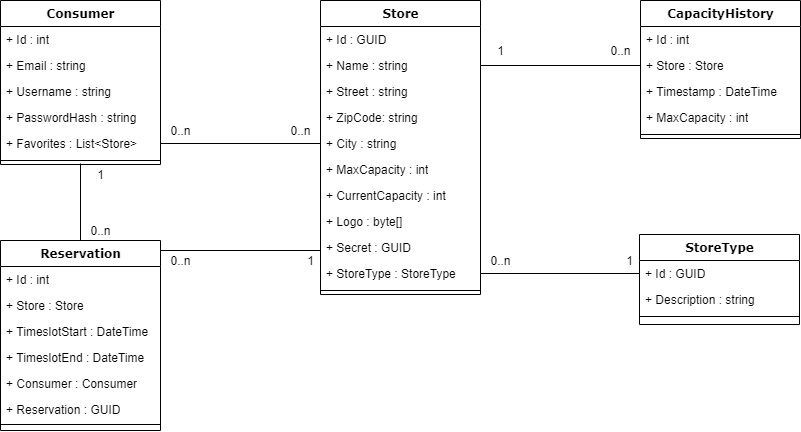
Above: images/domain-model.png in seinol/capwatch-documentation (draw.io), before the change. Source tidied: cells renumbered, new cells last; positions are measured from the earlier drawing's top-left corner, leaving out a move shared by most shapes.
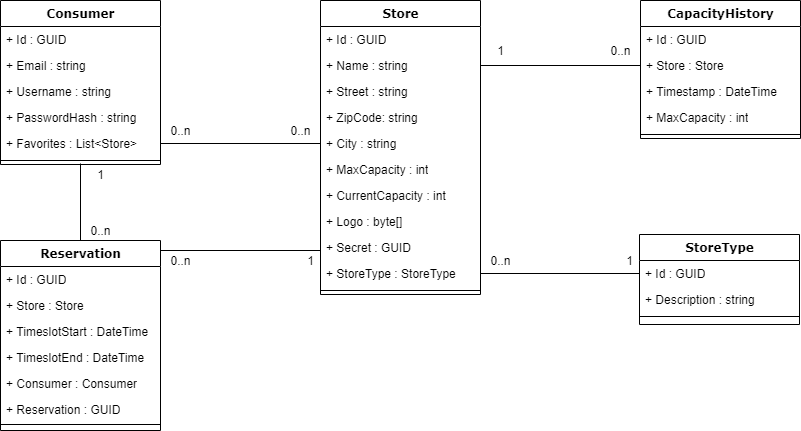
Above is the later version.

Diff of the diagram source:
```diff
@@ -41,7 +41,7 @@
     <mxCell id="14" value="Consumer" style="swimlane;html=1;fontStyle=1;align=center;verticalAlign=top;horizontal=1;startSize=26;swimlaneFillColor=#ffffff;rounded=0;shadow=0;comic=0;labelBackgroundColor=none;strokeWidth=1;fillColor=none;fontFamily=Verdana;fontSize=12;" parent="1" vertex="1">
       <mxGeometry width="160" height="164" as="geometry" />
     </mxCell>
-    <mxCell id="15" value="+ Id : int" style="text;html=1;strokeColor=none;fillColor=none;align=left;verticalAlign=top;spacingLeft=4;spacingRight=4;whiteSpace=wrap;overflow=hidden;" parent="14" vertex="1">
+    <mxCell id="15" value="+ Id : GUID" style="text;html=1;strokeColor=none;fillColor=none;align=left;verticalAlign=top;spacingLeft=4;spacingRight=4;whiteSpace=wrap;overflow=hidden;" parent="14" vertex="1">
       <mxGeometry y="26" width="160" height="26" as="geometry" />
     </mxCell>
     <mxCell id="16" value="+ Email : string" style="text;html=1;strokeColor=none;fillColor=none;align=left;verticalAlign=top;spacingLeft=4;spacingRight=4;whiteSpace=wrap;overflow=hidden;" parent="14" vertex="1">
@@ -65,7 +65,7 @@
     <mxCell id="22" value="CapacityHistory" style="swimlane;html=1;fontStyle=1;align=center;verticalAlign=top;horizontal=1;startSize=26;swimlaneFillColor=#ffffff;rounded=0;shadow=0;comic=0;labelBackgroundColor=none;strokeWidth=1;fillColor=none;fontFamily=Verdana;fontSize=12;" parent="1" vertex="1">
       <mxGeometry x="640" width="160" height="138" as="geometry" />
     </mxCell>
-    <mxCell id="23" value="+ Id : int" style="text;html=1;strokeColor=none;fillColor=none;align=left;verticalAlign=top;spacingLeft=4;spacingRight=4;whiteSpace=wrap;overflow=hidden;" parent="22" vertex="1">
+    <mxCell id="23" value="+ Id : GUID" style="text;html=1;strokeColor=none;fillColor=none;align=left;verticalAlign=top;spacingLeft=4;spacingRight=4;whiteSpace=wrap;overflow=hidden;" parent="22" vertex="1">
       <mxGeometry y="26" width="160" height="26" as="geometry" />
     </mxCell>
     <mxCell id="24" value="+ Store : Store" style="text;html=1;strokeColor=none;fillColor=none;align=left;verticalAlign=top;spacingLeft=4;spacingRight=4;whiteSpace=wrap;overflow=hidden;points=[[0,0.5],[1,0.5]];portConstraint=eastwest;" parent="22" vertex="1">
@@ -86,7 +86,7 @@
     <mxCell id="29" value="Reservation" style="swimlane;html=1;fontStyle=1;align=center;verticalAlign=top;horizontal=1;startSize=26;swimlaneFillColor=#ffffff;rounded=0;shadow=0;comic=0;labelBackgroundColor=none;strokeWidth=1;fillColor=none;fontFamily=Verdana;fontSize=12;" parent="1" vertex="1">
       <mxGeometry y="240" width="160" height="190" as="geometry" />
     </mxCell>
-    <mxCell id="30" value="+ Id : int" style="text;html=1;strokeColor=none;fillColor=none;align=left;verticalAlign=top;spacingLeft=4;spacingRight=4;whiteSpace=wrap;overflow=hidden;" parent="29" vertex="1">
+    <mxCell id="30" value="+ Id : GUID" style="text;html=1;strokeColor=none;fillColor=none;align=left;verticalAlign=top;spacingLeft=4;spacingRight=4;whiteSpace=wrap;overflow=hidden;" parent="29" vertex="1">
       <mxGeometry y="26" width="160" height="26" as="geometry" />
     </mxCell>
     <mxCell id="31" value="+ Store : Store" style="text;html=1;strokeColor=none;fillColor=none;align=left;verticalAlign=top;spacingLeft=4;spacingRight=4;whiteSpace=wrap;overflow=hidden;" parent="29" vertex="1">
```
